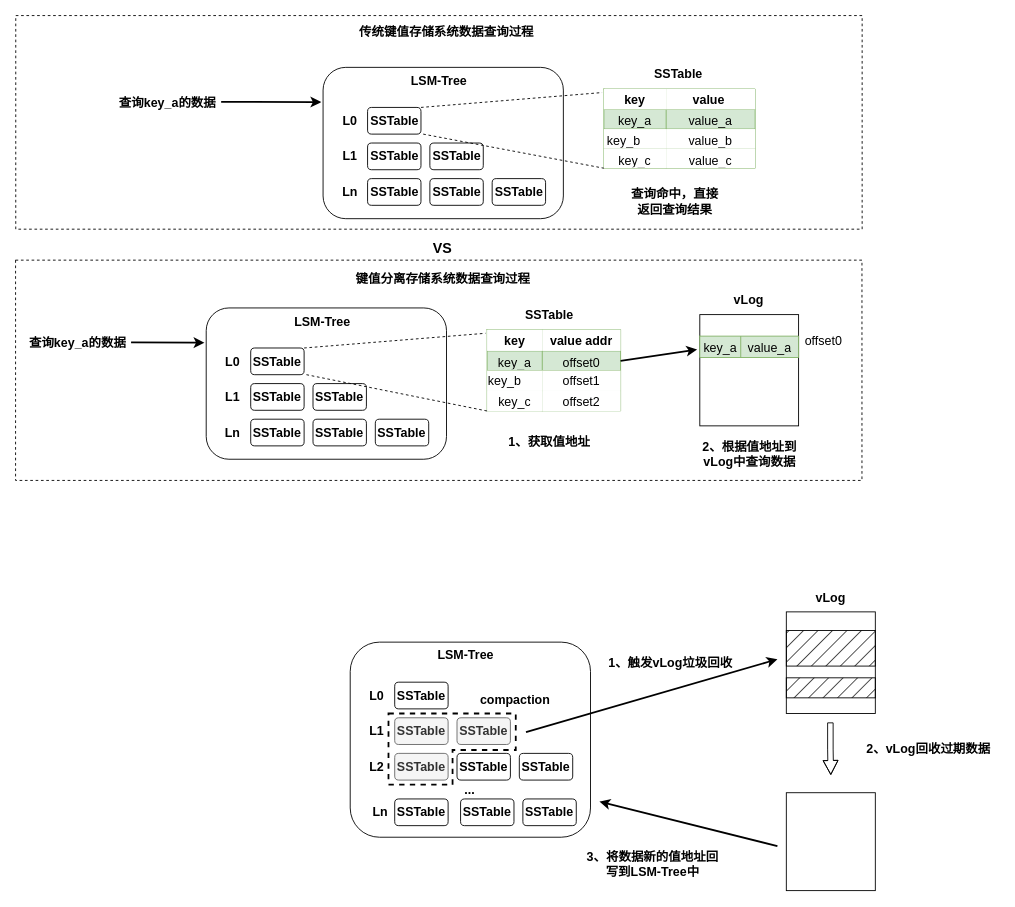
Earlier version of the draw.io diagram page "第 7 页" (7 of 7) of RabbitKV.drawio (yeqiyi/drawIO). Source tidied: cells renumbered, new cells numbered last; positions are measured from the earlier drawing's top-left corner, leaving out a move shared by most shapes. Both pictures are drawn from the tidied source at 89%, with x=0, y=0 at pixel (15, 15).
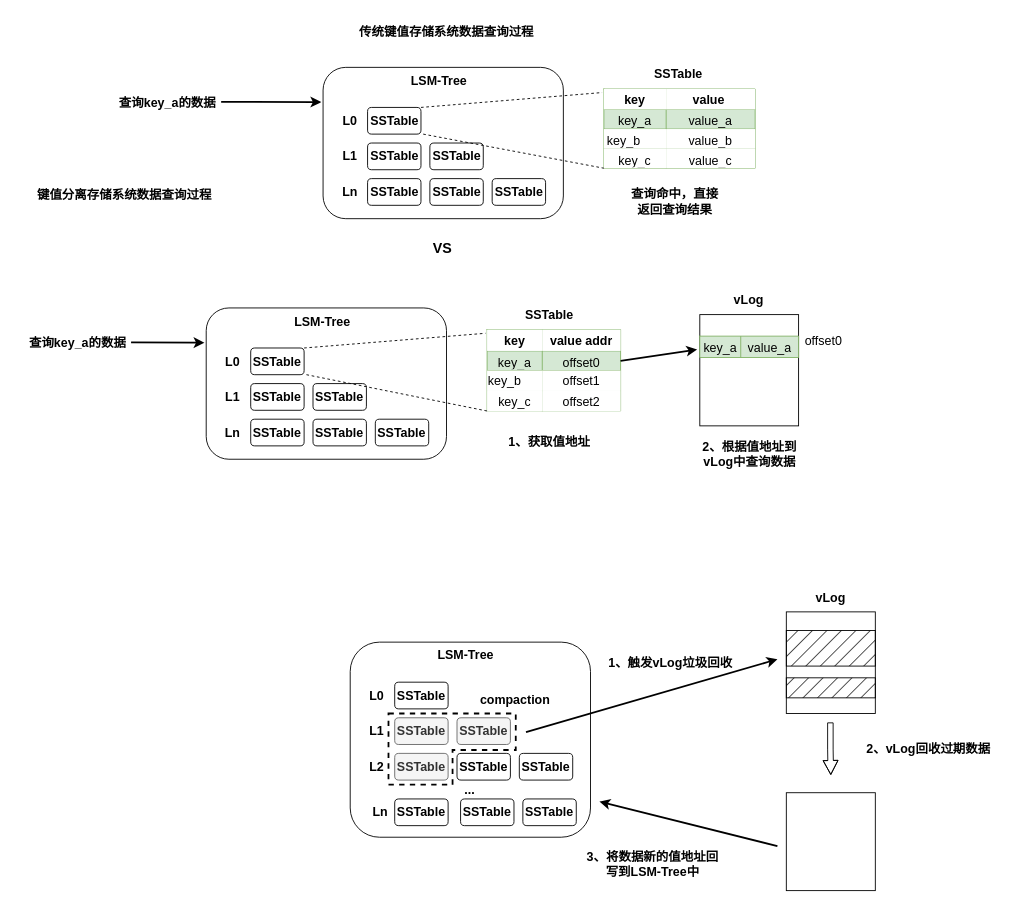
The same page after the edit.

Diff of the diagram source:
```diff
@@
-    <mxCell id="101" style="rounded=0;whiteSpace=wrap;html=1;fillColor=none;dashed=1;" parent="1" vertex="1">
-      <mxGeometry y="274.8" width="951" height="247.5" as="geometry" />
-    </mxCell>
     <mxCell id="102" value="&lt;b&gt;&lt;font style=&quot;font-size: 14px;&quot;&gt;键值分离存储系统数据查询过程&lt;/font&gt;&lt;/b&gt;" style="text;html=1;strokeColor=none;fillColor=none;align=center;verticalAlign=middle;whiteSpace=wrap;rounded=0;" parent="1" vertex="1">
-      <mxGeometry x="372.1" y="277.5" width="216.8" height="37.5" as="geometry" />
+      <mxGeometry x="14.2" y="183.2" width="216.8" height="37.5" as="geometry" />
     </mxCell>
-    <mxCell id="103" style="rounded=0;whiteSpace=wrap;html=1;fillColor=none;dashed=1;" parent="1" vertex="1">
-      <mxGeometry x="0.2" width="951" height="240" as="geometry" />
-    </mxCell>
```
